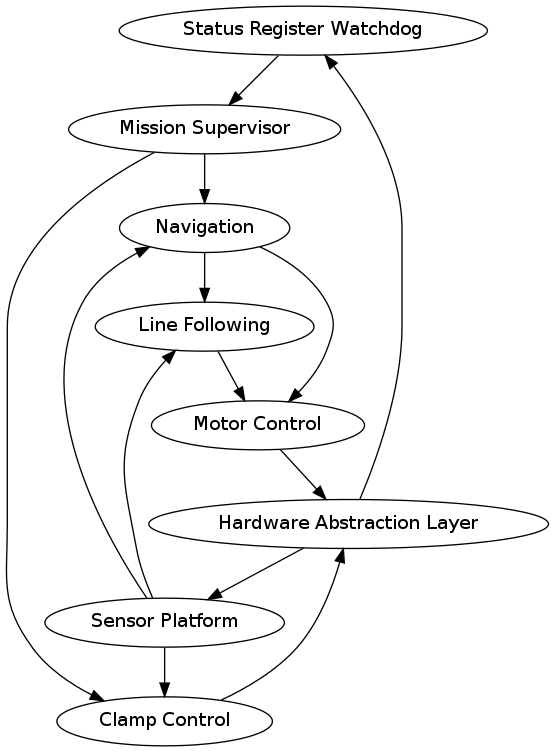
Before: misc/layout.png, a diagram exported from Graphviz (adamgreig/IDP). Its source is kept beside it as misc/layout.dot. The source it was exported from:
```dot
digraph layout {
    "Status Register Watchdog" -> "Mission Supervisor";
    "Mission Supervisor" -> "Navigation";
    "Navigation" -> "Line Following";
    "Line Following" -> "Motor Control";
    "Navigation" -> "Motor Control";
    "Mission Supervisor" -> "Clamp Control";
    "Motor Control" -> "Hardware Abstraction Layer";
    "Sensor Platform" -> "Clamp Control";
    "Sensor Platform" -> "Line Following";
    "Sensor Platform" -> "Navigation";
    "Clamp Control" -> "Hardware Abstraction Layer";
    "Hardware Abstraction Layer" -> "Sensor Platform";
    "Hardware Abstraction Layer" -> "Status Register Watchdog";
}
```
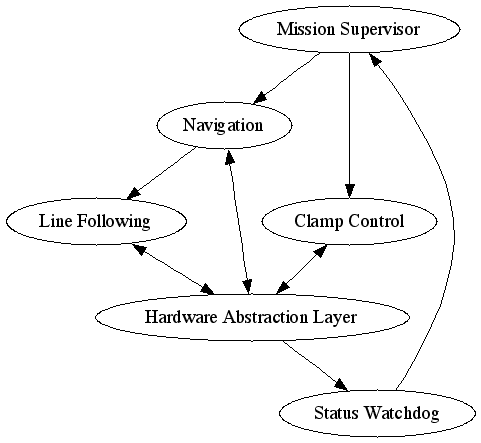
After the commit.

Commit message:
Updated layout diagram

The edit, as a diff of the source:
```diff
@@ -1,15 +1,10 @@
 digraph layout {
-    "Status Register Watchdog" -> "Mission Supervisor";
     "Mission Supervisor" -> "Navigation";
+    "Status Watchdog" -> "Mission Supervisor";
     "Navigation" -> "Line Following";
-    "Line Following" -> "Motor Control";
-    "Navigation" -> "Motor Control";
+    "Line Following" -> "Hardware Abstraction Layer" [dir=both];
+    "Navigation" -> "Hardware Abstraction Layer" [dir=both];
     "Mission Supervisor" -> "Clamp Control";
-    "Motor Control" -> "Hardware Abstraction Layer";
-    "Sensor Platform" -> "Clamp Control";
-    "Sensor Platform" -> "Line Following";
-    "Sensor Platform" -> "Navigation";
-    "Clamp Control" -> "Hardware Abstraction Layer";
-    "Hardware Abstraction Layer" -> "Sensor Platform";
-    "Hardware Abstraction Layer" -> "Status Register Watchdog";
+    "Clamp Control" -> "Hardware Abstraction Layer" [dir=both];
+    "Hardware Abstraction Layer" -> "Status Watchdog";
 }
```
